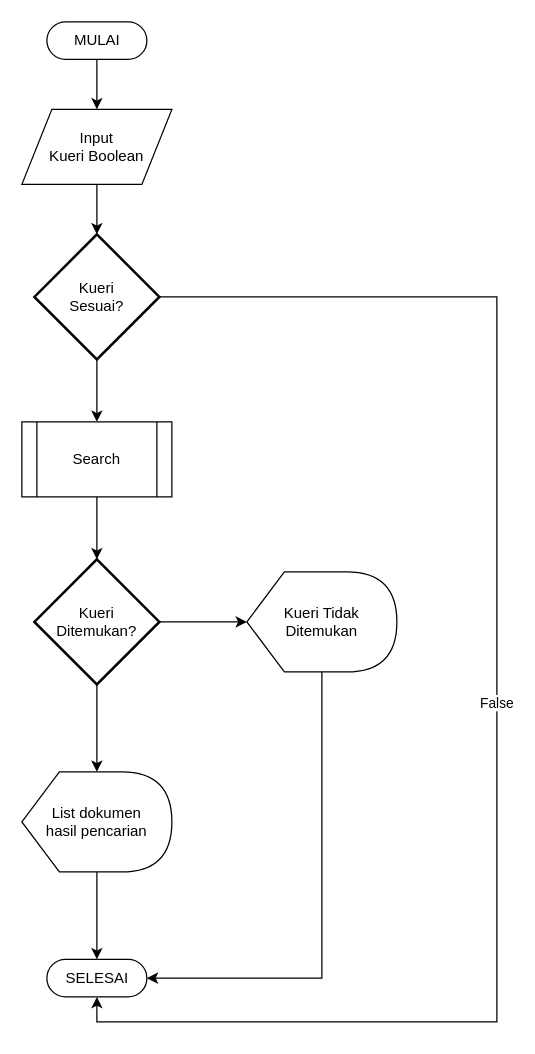
eliteraihan/boolean-retrieval-engine keeps this draw.io diagram as Main Program.drawio. Above is the earlier version. Source tidied: cells renumbered, new cells numbered last; positions are measured from the earlier drawing's top-left corner, leaving out a move shared by most shapes. Both pictures are drawn from the tidied source at 125%, with x=0, y=0 at pixel (21, 21).
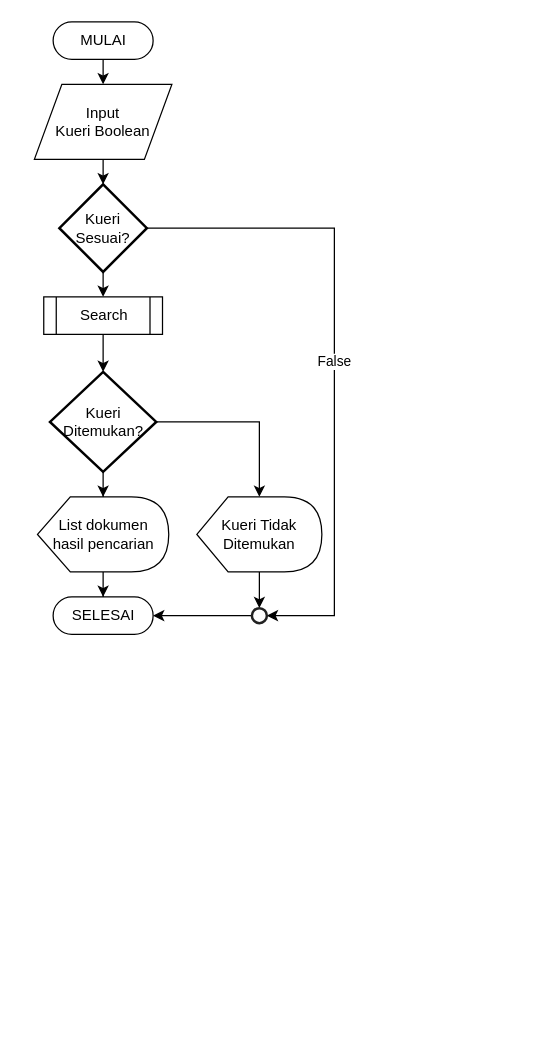
The same diagram, later.

What changed in the source:
```diff
@@
     <mxCell id="3" value="MULAI" style="html=1;dashed=0;whitespace=wrap;shape=mxgraph.dfd.start;" parent="1" vertex="1">
-      <mxGeometry x="20" width="80" height="30" as="geometry" />
+      <mxGeometry x="25" width="80" height="30" as="geometry" />
     </mxCell>
     <mxCell id="4" value="SELESAI" style="html=1;dashed=0;whitespace=wrap;shape=mxgraph.dfd.start;" parent="1" vertex="1">
-      <mxGeometry x="20" y="750" width="80" height="30" as="geometry" />
+      <mxGeometry x="25" y="460" width="80" height="30" as="geometry" />
     </mxCell>
     <mxCell id="5" value="Input&lt;br&gt;Kueri Boolean" style="shape=parallelogram;perimeter=parallelogramPerimeter;whiteSpace=wrap;html=1;" parent="1" vertex="1">
-      <mxGeometry y="70" width="120" height="60" as="geometry" />
+      <mxGeometry x="10" y="50" width="110" height="60" as="geometry" />
     </mxCell>
@@
-    <mxCell id="7" value="False" style="edgeStyle=orthogonalEdgeStyle;rounded=0;jettySize=auto;html=1;exitX=1;exitY=0.5;exitDx=0;exitDy=0;exitPerimeter=0;entryX=0.5;entryY=0.5;entryDx=0;entryDy=15;entryPerimeter=0;" parent="1" edge="1" source="9" target="4">
+    <mxCell id="7" value="False" style="edgeStyle=orthogonalEdgeStyle;rounded=0;jettySize=auto;html=1;exitX=1;exitY=0.5;exitDx=0;exitDy=0;exitPerimeter=0;entryX=0.5;entryY=0;entryDx=0;entryDy=0;entryPerimeter=0;" parent="1" edge="1" source="9" target="21">
       <mxGeometry relative="1" as="geometry">
         <Array as="points">
-          <mxPoint x="380" y="220" />
-          <mxPoint x="380" y="800" />
-          <mxPoint x="60" y="800" />
+          <mxPoint x="250" y="165" />
+          <mxPoint x="250" y="475" />
         </Array>
       </mxGeometry>
     </mxCell>
@@
     <mxCell id="9" value="Kueri&lt;br&gt;Sesuai?" style="strokeWidth=2;html=1;shape=mxgraph.flowchart.decision;whiteSpace=wrap;" parent="1" vertex="1">
-      <mxGeometry x="10" y="170" width="100" height="100" as="geometry" />
+      <mxGeometry x="30" y="130" width="70" height="70" as="geometry" />
     </mxCell>
@@
     <mxCell id="11" value="Search" style="shape=process;whiteSpace=wrap;html=1;backgroundOutline=1;" parent="1" vertex="1">
-      <mxGeometry y="320" width="120" height="60" as="geometry" />
+      <mxGeometry x="17.5" y="220" width="95" height="30" as="geometry" />
     </mxCell>
@@
     <mxCell id="14" value="Kueri&lt;br&gt;Ditemukan?" style="strokeWidth=2;html=1;shape=mxgraph.flowchart.decision;whiteSpace=wrap;" parent="1" vertex="1">
-      <mxGeometry x="10" y="430" width="100" height="100" as="geometry" />
+      <mxGeometry x="22.5" y="280" width="85" height="80" as="geometry" />
     </mxCell>
-    <mxCell id="15" style="edgeStyle=orthogonalEdgeStyle;rounded=0;jettySize=auto;html=1;entryX=1;entryY=0.5;entryDx=0;entryDy=0;entryPerimeter=0;" parent="1" edge="1" source="16" target="4">
-      <mxGeometry relative="1" as="geometry">
-        <Array as="points">
-          <mxPoint x="240" y="765" />
-        </Array>
-      </mxGeometry>
-    </mxCell>
+    <mxCell id="19" style="edgeStyle=orthogonalEdgeStyle;rounded=0;jettySize=auto;html=1;entryX=0;entryY=0.5;entryDx=0;entryDy=0;entryPerimeter=0;" parent="1" edge="1" source="16" target="21">
+      <mxGeometry relative="1" as="geometry" />
+    </mxCell>
     <mxCell id="16" value="Kueri Tidak Ditemukan" style="shape=display;whiteSpace=wrap;html=1;" parent="1" vertex="1">
-      <mxGeometry x="180" y="440" width="120" height="80" as="geometry" />
+      <mxGeometry x="140" y="380" width="100" height="60" as="geometry" />
     </mxCell>
@@
     <mxCell id="18" value="List dokumen&lt;br&gt;hasil pencarian" style="shape=display;whiteSpace=wrap;html=1;" parent="1" vertex="1">
-      <mxGeometry y="600" width="120" height="80" as="geometry" />
+      <mxGeometry x="12.5" y="380" width="105" height="60" as="geometry" />
     </mxCell>
+    <mxCell id="20" style="edgeStyle=orthogonalEdgeStyle;rounded=0;jettySize=auto;html=1;entryX=1;entryY=0.5;entryDx=0;entryDy=0;entryPerimeter=0;" parent="1" edge="1" source="21" target="4">
+      <mxGeometry relative="1" as="geometry" />
+    </mxCell>
+    <mxCell id="21" style="html=1;verticalLabelPosition=bottom;labelBackgroundColor=#ffffff;verticalAlign=top;shadow=0;dashed=0;strokeWidth=2;shape=mxgraph.ios7.misc.circle;strokeColor=#222222;fillColor=none;direction=south;" parent="1" vertex="1">
+      <mxGeometry x="184" y="469" width="12" height="12" as="geometry" />
+    </mxCell>
```
